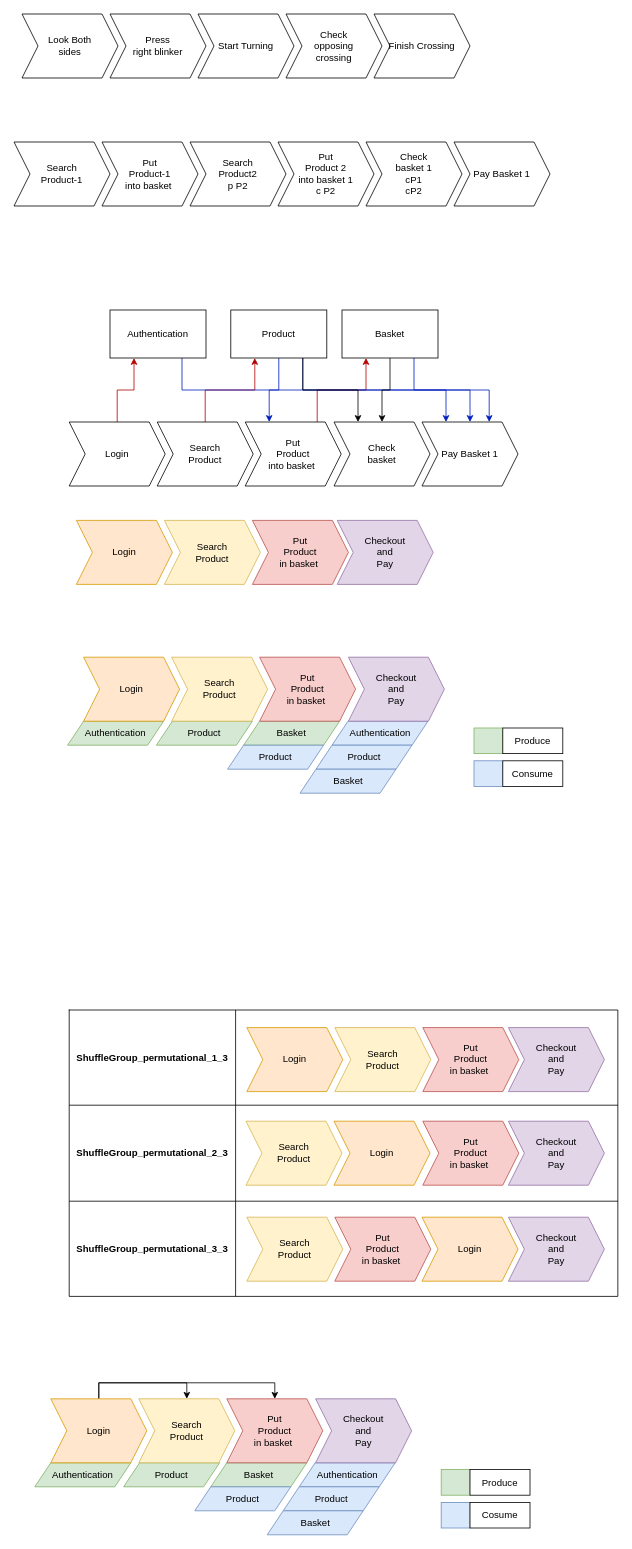
adobe/phased-testing keeps this draw.io diagram as page "PermutationsInAction" (16 of 16) of diagrams/PhasedDiagrams.drawio. Above is the earlier version. Source tidied: cells renumbered, new cells numbered last; positions are measured from the earlier drawing's top-left corner, leaving out a move shared by most shapes. Both pictures are drawn from the tidied source at 80%, with x=0, y=0 at pixel (14, 14).
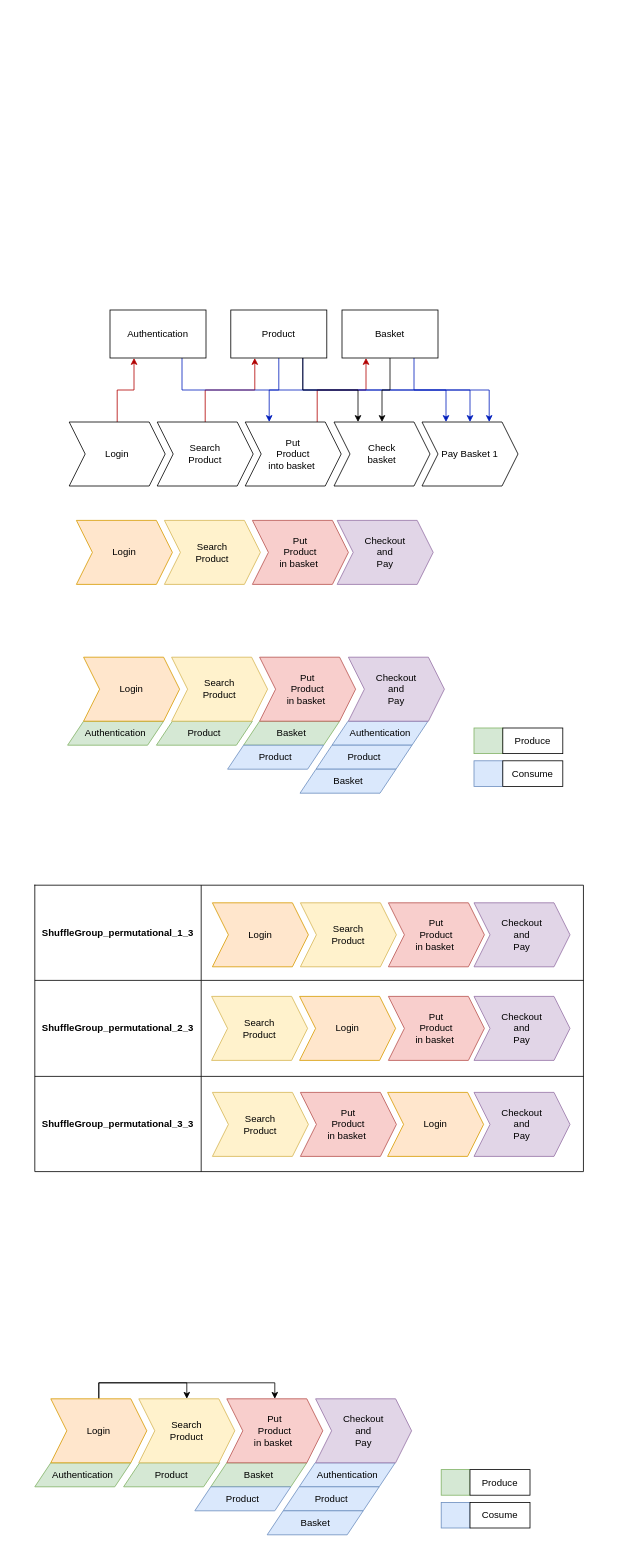
The same page after the edit.

The edit, as a diff of the source:
```diff
@@
     <mxCell id="2" style="shape=table;html=1;whiteSpace=wrap;startSize=0;childLayout=tableLayout;" parent="1" vertex="1">
-      <mxGeometry x="69" y="1245" width="685.8" height="358" as="geometry" />
+      <mxGeometry x="26" y="1089" width="685.8" height="358" as="geometry" />
     </mxCell>
@@
-    <mxCell id="12" value="Look Both &lt;br&gt;sides" style="shape=step;perimeter=stepPerimeter;whiteSpace=wrap;html=1;fixedSize=1;" parent="1" vertex="1">
-      <mxGeometry x="10" width="120" height="80" as="geometry" />
-    </mxCell>
-    <mxCell id="13" value="Press &lt;br&gt;right blinker" style="shape=step;perimeter=stepPerimeter;whiteSpace=wrap;html=1;fixedSize=1;" parent="1" vertex="1">
-      <mxGeometry x="120" width="120" height="80" as="geometry" />
-    </mxCell>
-    <mxCell id="14" value="Start Turning" style="shape=step;perimeter=stepPerimeter;whiteSpace=wrap;html=1;fixedSize=1;" parent="1" vertex="1">
-      <mxGeometry x="230" width="120" height="80" as="geometry" />
-    </mxCell>
-    <mxCell id="15" value="Check &lt;br&gt;opposing &lt;br&gt;crossing" style="shape=step;perimeter=stepPerimeter;whiteSpace=wrap;html=1;fixedSize=1;" parent="1" vertex="1">
-      <mxGeometry x="340" width="120" height="80" as="geometry" />
-    </mxCell>
-    <mxCell id="16" value="Finish Crossing" style="shape=step;perimeter=stepPerimeter;whiteSpace=wrap;html=1;fixedSize=1;" parent="1" vertex="1">
-      <mxGeometry x="450" width="120" height="80" as="geometry" />
-    </mxCell>
-    <mxCell id="17" value="Search &lt;br&gt;Product-1" style="shape=step;perimeter=stepPerimeter;whiteSpace=wrap;html=1;fixedSize=1;" parent="1" vertex="1">
-      <mxGeometry y="160" width="120" height="80" as="geometry" />
-    </mxCell>
-    <mxCell id="18" value="Put &lt;br&gt;Product-1 &lt;br&gt;into&amp;nbsp;basket&amp;nbsp;" style="shape=step;perimeter=stepPerimeter;whiteSpace=wrap;html=1;fixedSize=1;" parent="1" vertex="1">
-      <mxGeometry x="110" y="160" width="120" height="80" as="geometry" />
-    </mxCell>
-    <mxCell id="19" value="Search &lt;br&gt;Product2&lt;br&gt;p P2" style="shape=step;perimeter=stepPerimeter;whiteSpace=wrap;html=1;fixedSize=1;" parent="1" vertex="1">
-      <mxGeometry x="220" y="160" width="120" height="80" as="geometry" />
-    </mxCell>
-    <mxCell id="20" value="Put &lt;br&gt;Product 2&lt;br&gt;into&amp;nbsp;basket 1&lt;br&gt;c P2" style="shape=step;perimeter=stepPerimeter;whiteSpace=wrap;html=1;fixedSize=1;" parent="1" vertex="1">
-      <mxGeometry x="330" y="160" width="120" height="80" as="geometry" />
-    </mxCell>
-    <mxCell id="21" value="Check &lt;br&gt;basket 1&lt;br&gt;cP1&lt;br&gt;cP2" style="shape=step;perimeter=stepPerimeter;whiteSpace=wrap;html=1;fixedSize=1;" parent="1" vertex="1">
-      <mxGeometry x="440" y="160" width="120" height="80" as="geometry" />
-    </mxCell>
-    <mxCell id="22" value="Pay Basket 1" style="shape=step;perimeter=stepPerimeter;whiteSpace=wrap;html=1;fixedSize=1;" parent="1" vertex="1">
-      <mxGeometry x="550" y="160" width="120" height="80" as="geometry" />
-    </mxCell>
@@
     <mxCell id="51" value="Login" style="shape=step;perimeter=stepPerimeter;whiteSpace=wrap;html=1;fixedSize=1;fillColor=#ffe6cc;strokeColor=#d79b00;" parent="1" vertex="1">
-      <mxGeometry x="291" y="1267" width="120" height="80" as="geometry" />
+      <mxGeometry x="248" y="1111" width="120" height="80" as="geometry" />
     </mxCell>
     <mxCell id="52" value="Put &lt;br&gt;Product&lt;br&gt;in basket&amp;nbsp;" style="shape=step;perimeter=stepPerimeter;whiteSpace=wrap;html=1;fixedSize=1;fillColor=#f8cecc;strokeColor=#b85450;" parent="1" vertex="1">
-      <mxGeometry x="511" y="1267" width="120" height="80" as="geometry" />
+      <mxGeometry x="468" y="1111" width="120" height="80" as="geometry" />
     </mxCell>
     <mxCell id="53" value="Checkout &lt;br&gt;and &lt;br&gt;Pay" style="shape=step;perimeter=stepPerimeter;whiteSpace=wrap;html=1;fixedSize=1;fillColor=#e1d5e7;strokeColor=#9673a6;" parent="1" vertex="1">
-      <mxGeometry x="618" y="1267" width="120" height="80" as="geometry" />
+      <mxGeometry x="575" y="1111" width="120" height="80" as="geometry" />
     </mxCell>
     <mxCell id="54" value="Search &lt;br&gt;Product" style="shape=step;perimeter=stepPerimeter;whiteSpace=wrap;html=1;fixedSize=1;fillColor=#fff2cc;strokeColor=#d6b656;" parent="1" vertex="1">
-      <mxGeometry x="401" y="1267" width="120" height="80" as="geometry" />
+      <mxGeometry x="358" y="1111" width="120" height="80" as="geometry" />
     </mxCell>
     <mxCell id="55" value="Login" style="shape=step;perimeter=stepPerimeter;whiteSpace=wrap;html=1;fixedSize=1;fillColor=#ffe6cc;strokeColor=#d79b00;" parent="1" vertex="1">
-      <mxGeometry x="400" y="1384" width="120" height="80" as="geometry" />
+      <mxGeometry x="357" y="1228" width="120" height="80" as="geometry" />
     </mxCell>
     <mxCell id="56" value="Put &lt;br&gt;Product&lt;br&gt;in basket&amp;nbsp;" style="shape=step;perimeter=stepPerimeter;whiteSpace=wrap;html=1;fixedSize=1;fillColor=#f8cecc;strokeColor=#b85450;" parent="1" vertex="1">
-      <mxGeometry x="511" y="1384" width="120" height="80" as="geometry" />
+      <mxGeometry x="468" y="1228" width="120" height="80" as="geometry" />
     </mxCell>
     <mxCell id="57" value="Checkout &lt;br&gt;and &lt;br&gt;Pay" style="shape=step;perimeter=stepPerimeter;whiteSpace=wrap;html=1;fixedSize=1;fillColor=#e1d5e7;strokeColor=#9673a6;" parent="1" vertex="1">
-      <mxGeometry x="618" y="1384" width="120" height="80" as="geometry" />
+      <mxGeometry x="575" y="1228" width="120" height="80" as="geometry" />
     </mxCell>
     <mxCell id="58" value="Search &lt;br&gt;Product" style="shape=step;perimeter=stepPerimeter;whiteSpace=wrap;html=1;fixedSize=1;fillColor=#fff2cc;strokeColor=#d6b656;" parent="1" vertex="1">
-      <mxGeometry x="290" y="1384" width="120" height="80" as="geometry" />
+      <mxGeometry x="247" y="1228" width="120" height="80" as="geometry" />
     </mxCell>
     <mxCell id="59" value="Checkout &lt;br&gt;and &lt;br&gt;Pay" style="shape=step;perimeter=stepPerimeter;whiteSpace=wrap;html=1;fixedSize=1;fillColor=#e1d5e7;strokeColor=#9673a6;" parent="1" vertex="1">
-      <mxGeometry x="618" y="1504" width="120" height="80" as="geometry" />
+      <mxGeometry x="575" y="1348" width="120" height="80" as="geometry" />
     </mxCell>
     <mxCell id="60" value="Put &lt;br&gt;Product&lt;br&gt;in basket&amp;nbsp;" style="shape=step;perimeter=stepPerimeter;whiteSpace=wrap;html=1;fixedSize=1;fillColor=#f8cecc;strokeColor=#b85450;" parent="1" vertex="1">
-      <mxGeometry x="401" y="1504" width="120" height="80" as="geometry" />
+      <mxGeometry x="358" y="1348" width="120" height="80" as="geometry" />
     </mxCell>
     <mxCell id="61" value="Search &lt;br&gt;Product" style="shape=step;perimeter=stepPerimeter;whiteSpace=wrap;html=1;fixedSize=1;fillColor=#fff2cc;strokeColor=#d6b656;" parent="1" vertex="1">
-      <mxGeometry x="291" y="1504" width="120" height="80" as="geometry" />
+      <mxGeometry x="248" y="1348" width="120" height="80" as="geometry" />
     </mxCell>
     <mxCell id="62" value="Login" style="shape=step;perimeter=stepPerimeter;whiteSpace=wrap;html=1;fixedSize=1;fillColor=#ffe6cc;strokeColor=#d79b00;" parent="1" vertex="1">
-      <mxGeometry x="510" y="1504" width="120" height="80" as="geometry" />
+      <mxGeometry x="467" y="1348" width="120" height="80" as="geometry" />
     </mxCell>
```
